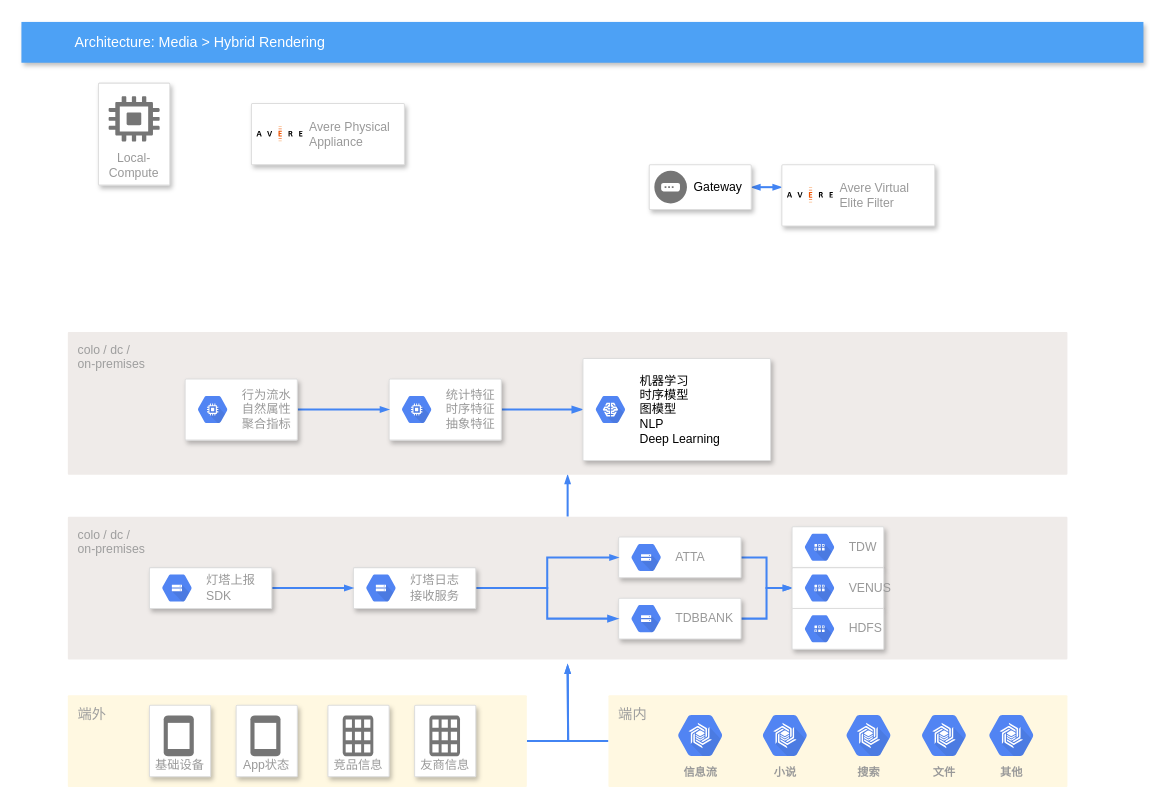
Above: engineering_Diagram.drawio in feiwsteven/cython (draw.io), before the change. Source tidied: cells renumbered, new cells numbered last; positions are measured from the earlier drawing's top-left corner, leaving out a move shared by most shapes. Both pictures are drawn from the tidied source at 102%, with x=0, y=0 at pixel (20, 21).
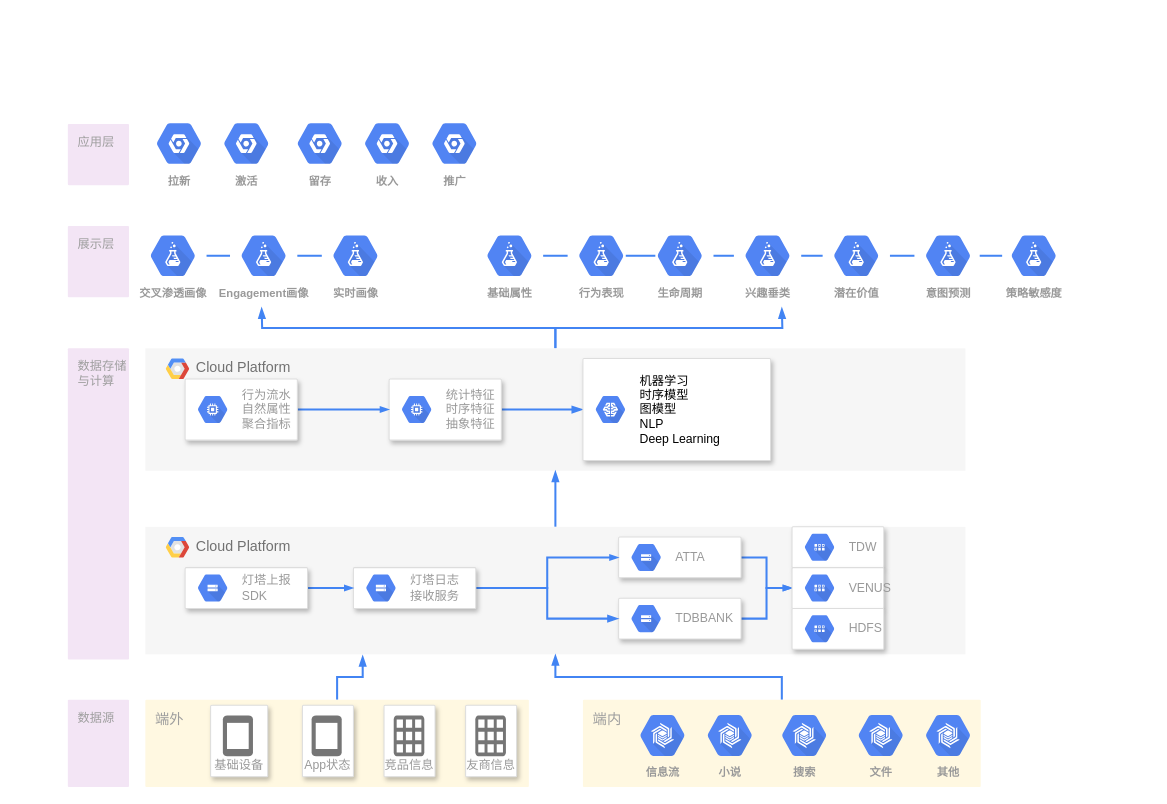
The same diagram, later.

The edit, as a diff of the source:
```diff
@@
-    <mxCell id="2" value="Architecture: Media &amp;gt; Hybrid Rendering" style="fillColor=#4DA1F5;strokeColor=none;shadow=1;gradientColor=none;fontSize=14;align=left;spacingLeft=50;fontColor=#ffffff;html=1;" parent="1" vertex="1">
-      <mxGeometry x="0.5" width="1100" height="40" as="geometry" />
-    </mxCell>
-    <mxCell id="3" value="Local-Compute" style="strokeColor=#dddddd;fillColor=#ffffff;shadow=1;strokeWidth=1;rounded=1;absoluteArcSize=1;arcSize=2;labelPosition=center;verticalLabelPosition=middle;align=center;verticalAlign=bottom;spacingLeft=0;fontColor=#999999;fontSize=12;whiteSpace=wrap;spacingBottom=2;html=1;" parent="1" vertex="1">
-      <mxGeometry x="76" y="60" width="70" height="100" as="geometry" />
-    </mxCell>
-    <mxCell id="4" style="dashed=0;html=1;fillColor=#757575;strokeColor=none;shape=mxgraph.gcp2.compute_engine_icon;" parent="3" vertex="1">
-      <mxGeometry x="0.5" width="50" height="44.5" relative="1" as="geometry">
-        <mxPoint x="-25" y="12.8" as="offset" />
-      </mxGeometry>
-    </mxCell>
-    <mxCell id="5" style="strokeColor=#dddddd;fillColor=#ffffff;shadow=1;strokeWidth=1;rounded=1;absoluteArcSize=1;arcSize=2;fontSize=17;fontColor=#000000;align=right;html=1;" parent="1" vertex="1">
-      <mxGeometry x="226" y="80" width="150" height="60" as="geometry" />
-    </mxCell>
-    <mxCell id="6" value="Avere Physical&#10;Appliance" style="dashed=0;html=1;fillColor=#5184F3;strokeColor=none;shape=mxgraph.gcp2.avere;labelPosition=right;verticalLabelPosition=middle;align=left;verticalAlign=middle;spacingLeft=5;fontColor=#999999;fontSize=12;" parent="5" vertex="1">
-      <mxGeometry width="45" height="14.85" relative="1" as="geometry">
-        <mxPoint x="5" y="22.1" as="offset" />
-      </mxGeometry>
-    </mxCell>
-    <mxCell id="7" style="edgeStyle=elbowEdgeStyle;rounded=0;elbow=vertical;html=1;startArrow=blockThin;startFill=1;endArrow=blockThin;endFill=1;jettySize=auto;strokeWidth=2;fontSize=10;fontColor=#999999;dashed=0;strokeColor=#4284F3;labelBackgroundColor=none;endSize=4;startSize=4;" parent="1" edge="1" source="8" target="10">
-      <mxGeometry relative="1" as="geometry" />
-    </mxCell>
-    <mxCell id="8" style="strokeColor=#dddddd;fillColor=#ffffff;shadow=1;strokeWidth=1;rounded=1;absoluteArcSize=1;arcSize=2;fontSize=17;fontColor=#000000;align=right;html=1;" parent="1" vertex="1">
-      <mxGeometry x="616" y="140" width="100" height="44" as="geometry" />
-    </mxCell>
-    <mxCell id="9" value="Gateway" style="dashed=0;html=1;fillColor=#757575;strokeColor=none;shape=mxgraph.gcp2.gateway;labelPosition=right;verticalLabelPosition=middle;align=left;verticalAlign=middle;spacingLeft=5;fontColor=#000000;fontSize=12;" parent="8" vertex="1">
-      <mxGeometry y="0.5" width="32" height="32" relative="1" as="geometry">
-        <mxPoint x="5" y="-16" as="offset" />
-      </mxGeometry>
-    </mxCell>
-    <mxCell id="10" style="strokeColor=#dddddd;fillColor=#ffffff;shadow=1;strokeWidth=1;rounded=1;absoluteArcSize=1;arcSize=2;fontSize=17;fontColor=#000000;align=right;html=1;" parent="1" vertex="1">
-      <mxGeometry x="746" y="140" width="150" height="60" as="geometry" />
-    </mxCell>
-    <mxCell id="11" value="Avere Virtual&lt;br&gt;Elite Filter&lt;br&gt;" style="dashed=0;html=1;fillColor=#5184F3;strokeColor=none;shape=mxgraph.gcp2.avere;labelPosition=right;verticalLabelPosition=middle;align=left;verticalAlign=middle;spacingLeft=5;fontColor=#999999;fontSize=12;" parent="10" vertex="1">
-      <mxGeometry width="45" height="14.85" relative="1" as="geometry">
-        <mxPoint x="5" y="22.1" as="offset" />
-      </mxGeometry>
-    </mxCell>
-    <mxCell id="12" style="edgeStyle=orthogonalEdgeStyle;rounded=0;jettySize=auto;html=1;fontSize=14;endArrow=blockThin;endFill=1;startSize=4;endSize=4;strokeColor=#4284F3;strokeWidth=2;" parent="1" edge="1" source="13">
-      <mxGeometry relative="1" as="geometry">
-        <mxPoint x="536" y="630" as="targetPoint" />
-      </mxGeometry>
-    </mxCell>
+    <mxCell id="59" style="edgeStyle=orthogonalEdgeStyle;rounded=0;jettySize=auto;html=1;fontSize=14;endArrow=blockThin;endFill=1;strokeColor=#4284F3;strokeWidth=2;" parent="1" edge="1" source="61">
+      <mxGeometry relative="1" as="geometry">
+        <mxPoint x="236" y="280" as="targetPoint" />
+      </mxGeometry>
+    </mxCell>
+    <mxCell id="60" style="edgeStyle=orthogonalEdgeStyle;rounded=0;jettySize=auto;html=1;fontSize=14;endArrow=blockThin;endFill=1;strokeColor=#4284F3;strokeWidth=2;" parent="1" edge="1" source="61">
+      <mxGeometry relative="1" as="geometry">
+        <mxPoint x="746" y="280" as="targetPoint" />
+      </mxGeometry>
+    </mxCell>
+    <mxCell id="61" value="Cloud Platform" style="fillColor=#F6F6F6;strokeColor=none;shadow=0;gradientColor=none;fontSize=14;align=left;spacing=10;fontColor=#717171;9E9E9E;verticalAlign=top;spacingTop=-4;fontStyle=0;spacingLeft=40;html=1;" parent="1" vertex="1">
+      <mxGeometry x="122" y="320" width="804" height="120" as="geometry" />
+    </mxCell>
+    <mxCell id="62" style="shape=mxgraph.gcp2.google_cloud_platform;fillColor=#F6F6F6;strokeColor=none;shadow=0;gradientColor=none;fontSize=14;" parent="61" vertex="1">
+      <mxGeometry width="23" height="20" relative="1" as="geometry">
+        <mxPoint x="20" y="10" as="offset" />
+      </mxGeometry>
+    </mxCell>
+    <mxCell id="63" style="edgeStyle=orthogonalEdgeStyle;rounded=0;jettySize=auto;html=1;fontSize=14;endArrow=blockThin;endFill=1;strokeColor=#4284F3;strokeWidth=2;" parent="1" edge="1" source="64" target="61">
+      <mxGeometry relative="1" as="geometry" />
+    </mxCell>
+    <mxCell id="64" value="Cloud Platform" style="fillColor=#F6F6F6;strokeColor=none;shadow=0;gradientColor=none;fontSize=14;align=left;spacing=10;fontColor=#717171;9E9E9E;verticalAlign=top;spacingTop=-4;fontStyle=0;spacingLeft=40;html=1;" parent="1" vertex="1">
+      <mxGeometry x="122" y="495" width="804" height="125" as="geometry" />
+    </mxCell>
+    <mxCell id="65" style="shape=mxgraph.gcp2.google_cloud_platform;fillColor=#F6F6F6;strokeColor=none;shadow=0;gradientColor=none;fontSize=14;" parent="64" vertex="1">
+      <mxGeometry width="23" height="20" relative="1" as="geometry">
+        <mxPoint x="20" y="10" as="offset" />
+      </mxGeometry>
+    </mxCell>
+    <mxCell id="66" style="edgeStyle=orthogonalEdgeStyle;rounded=0;jettySize=auto;html=1;entryX=0.265;entryY=1.008;entryDx=0;entryDy=0;entryPerimeter=0;fontSize=14;endArrow=blockThin;endFill=1;strokeColor=#4284F3;strokeWidth=2;" parent="1" edge="1" source="13" target="64">
+      <mxGeometry relative="1" as="geometry" />
+    </mxCell>
     <mxCell id="13" value="&lt;font style=&quot;font-size: 14px&quot;&gt;端外&lt;/font&gt;" style="sketch=0;points=[[0,0,0],[0.25,0,0],[0.5,0,0],[0.75,0,0],[1,0,0],[1,0.25,0],[1,0.5,0],[1,0.75,0],[1,1,0],[0.75,1,0],[0.5,1,0],[0.25,1,0],[0,1,0],[0,0.75,0],[0,0.5,0],[0,0.25,0]];rounded=1;absoluteArcSize=1;arcSize=2;html=1;strokeColor=none;gradientColor=none;shadow=0;dashed=0;fontSize=12;fontColor=#9E9E9E;align=left;verticalAlign=top;spacing=10;spacingTop=-4;fillColor=#FFF8E1;" parent="1" vertex="1">
-      <mxGeometry x="46" y="660" width="450" height="90" as="geometry" />
+      <mxGeometry x="122" y="664.5" width="376" height="85.5" as="geometry" />
     </mxCell>
     <mxCell id="14" value="基础设备" style="strokeColor=#dddddd;shadow=1;strokeWidth=1;rounded=1;absoluteArcSize=1;arcSize=2;labelPosition=center;verticalLabelPosition=middle;align=center;verticalAlign=bottom;spacingLeft=0;fontColor=#999999;fontSize=12;whiteSpace=wrap;spacingBottom=2;" parent="1" vertex="1">
-      <mxGeometry x="126" y="670" width="60" height="70" as="geometry" />
+      <mxGeometry x="186" y="670" width="56" height="70" as="geometry" />
     </mxCell>
@@
     <mxCell id="16" value="App状态" style="strokeColor=#dddddd;shadow=1;strokeWidth=1;rounded=1;absoluteArcSize=1;arcSize=2;labelPosition=center;verticalLabelPosition=middle;align=center;verticalAlign=bottom;spacingLeft=0;fontColor=#999999;fontSize=12;whiteSpace=wrap;spacingBottom=2;" parent="1" vertex="1">
-      <mxGeometry x="211" y="670" width="60" height="70" as="geometry" />
+      <mxGeometry x="276" y="670" width="50" height="70" as="geometry" />
     </mxCell>
@@
     <mxCell id="18" value="竞品信息" style="strokeColor=#dddddd;shadow=1;strokeWidth=1;rounded=1;absoluteArcSize=1;arcSize=2;labelPosition=center;verticalLabelPosition=middle;align=center;verticalAlign=bottom;spacingLeft=0;fontColor=#999999;fontSize=12;whiteSpace=wrap;spacingBottom=2;" parent="1" vertex="1">
-      <mxGeometry x="301" y="670" width="60" height="70" as="geometry" />
+      <mxGeometry x="356" y="670" width="50" height="70" as="geometry" />
     </mxCell>
@@
     <mxCell id="20" value="友商信息" style="strokeColor=#dddddd;shadow=1;strokeWidth=1;rounded=1;absoluteArcSize=1;arcSize=2;labelPosition=center;verticalLabelPosition=middle;align=center;verticalAlign=bottom;spacingLeft=0;fontColor=#999999;fontSize=12;whiteSpace=wrap;spacingBottom=2;" parent="1" vertex="1">
-      <mxGeometry x="386" y="670" width="60" height="70" as="geometry" />
+      <mxGeometry x="436" y="670" width="50" height="70" as="geometry" />
     </mxCell>
@@
-    <mxCell id="22" style="edgeStyle=orthogonalEdgeStyle;rounded=0;jettySize=auto;html=1;fontSize=14;endArrow=blockThin;endFill=1;startSize=4;endSize=4;strokeColor=#4284F3;strokeWidth=2;" parent="1" edge="1" source="23">
-      <mxGeometry relative="1" as="geometry">
-        <mxPoint x="536" y="630" as="targetPoint" />
-      </mxGeometry>
-    </mxCell>
+    <mxCell id="67" style="edgeStyle=orthogonalEdgeStyle;rounded=0;jettySize=auto;html=1;fontSize=14;endArrow=blockThin;endFill=1;strokeColor=#4284F3;strokeWidth=2;" parent="1" edge="1" source="23" target="64">
+      <mxGeometry relative="1" as="geometry" />
+    </mxCell>
     <mxCell id="23" value="&lt;font style=&quot;font-size: 14px&quot;&gt;端内&lt;/font&gt;" style="sketch=0;points=[[0,0,0],[0.25,0,0],[0.5,0,0],[0.75,0,0],[1,0,0],[1,0.25,0],[1,0.5,0],[1,0.75,0],[1,1,0],[0.75,1,0],[0.5,1,0],[0.25,1,0],[0,1,0],[0,0.75,0],[0,0.5,0],[0,0.25,0]];rounded=1;absoluteArcSize=1;arcSize=2;html=1;strokeColor=none;gradientColor=none;shadow=0;dashed=0;fontSize=12;fontColor=#9E9E9E;align=left;verticalAlign=top;spacing=10;spacingTop=-4;fillColor=#FFF8E1;" parent="1" vertex="1">
-      <mxGeometry x="576" y="660" width="450" height="90" as="geometry" />
+      <mxGeometry x="551" y="664.5" width="390" height="85.5" as="geometry" />
     </mxCell>
     <mxCell id="24" value="信息流" style="sketch=0;html=1;fillColor=#5184F3;strokeColor=none;verticalAlign=top;labelPosition=center;verticalLabelPosition=bottom;align=center;spacingTop=-6;fontSize=11;fontStyle=1;fontColor=#999999;shape=mxgraph.gcp2.hexIcon;prIcon=cloud_bigtable;" parent="1" vertex="1">
-      <mxGeometry x="633" y="670" width="66" height="59" as="geometry" />
+      <mxGeometry x="596" y="670" width="66" height="59" as="geometry" />
     </mxCell>
     <mxCell id="25" value="小说" style="sketch=0;html=1;fillColor=#5184F3;strokeColor=none;verticalAlign=top;labelPosition=center;verticalLabelPosition=bottom;align=center;spacingTop=-6;fontSize=11;fontStyle=1;fontColor=#999999;shape=mxgraph.gcp2.hexIcon;prIcon=cloud_bigtable;" parent="1" vertex="1">
-      <mxGeometry x="716" y="670" width="66" height="59" as="geometry" />
+      <mxGeometry x="662" y="670" width="66" height="59" as="geometry" />
     </mxCell>
     <mxCell id="26" value="搜索" style="sketch=0;html=1;fillColor=#5184F3;strokeColor=none;verticalAlign=top;labelPosition=center;verticalLabelPosition=bottom;align=center;spacingTop=-6;fontSize=11;fontStyle=1;fontColor=#999999;shape=mxgraph.gcp2.hexIcon;prIcon=cloud_bigtable;" parent="1" vertex="1">
-      <mxGeometry x="798" y="670" width="66" height="59" as="geometry" />
+      <mxGeometry x="735" y="670" width="66" height="59" as="geometry" />
     </mxCell>
     <mxCell id="27" value="文件" style="sketch=0;html=1;fillColor=#5184F3;strokeColor=none;verticalAlign=top;labelPosition=center;verticalLabelPosition=bottom;align=center;spacingTop=-6;fontSize=11;fontStyle=1;fontColor=#999999;shape=mxgraph.gcp2.hexIcon;prIcon=cloud_bigtable;" parent="1" vertex="1">
-      <mxGeometry x="872" y="670" width="66" height="59" as="geometry" />
+      <mxGeometry x="810" y="670" width="66" height="59" as="geometry" />
     </mxCell>
     <mxCell id="28" value="其他" style="sketch=0;html=1;fillColor=#5184F3;strokeColor=none;verticalAlign=top;labelPosition=center;verticalLabelPosition=bottom;align=center;spacingTop=-6;fontSize=11;fontStyle=1;fontColor=#999999;shape=mxgraph.gcp2.hexIcon;prIcon=cloud_bigtable;" parent="1" vertex="1">
-      <mxGeometry x="938" y="670" width="66" height="59" as="geometry" />
+      <mxGeometry x="876" y="670" width="66" height="59" as="geometry" />
     </mxCell>
-    <mxCell id="29" style="edgeStyle=orthogonalEdgeStyle;rounded=0;jettySize=auto;html=1;fontSize=14;endArrow=blockThin;endFill=1;startSize=4;endSize=4;strokeColor=#4284F3;strokeWidth=2;" parent="1" edge="1" source="30" target="50">
-      <mxGeometry relative="1" as="geometry" />
-    </mxCell>
-    <mxCell id="30" value="colo / dc /&#10;on-premises" style="sketch=0;points=[[0,0,0],[0.25,0,0],[0.5,0,0],[0.75,0,0],[1,0,0],[1,0.25,0],[1,0.5,0],[1,0.75,0],[1,1,0],[0.75,1,0],[0.5,1,0],[0.25,1,0],[0,1,0],[0,0.75,0],[0,0.5,0],[0,0.25,0]];rounded=1;absoluteArcSize=1;arcSize=2;html=1;strokeColor=none;gradientColor=none;shadow=0;dashed=0;fontSize=12;fontColor=#9E9E9E;align=left;verticalAlign=top;spacing=10;spacingTop=-4;fillColor=#EFEBE9;" parent="1" vertex="1">
-      <mxGeometry x="46" y="485" width="980" height="140" as="geometry" />
-    </mxCell>
@@
     <mxCell id="48" style="strokeColor=#dddddd;fillColor=#ffffff;shadow=1;strokeWidth=1;rounded=1;absoluteArcSize=1;arcSize=2;fontSize=17;fontColor=#000000;align=right;html=1;" parent="1" vertex="1">
-      <mxGeometry x="126" y="535" width="120" height="40" as="geometry" />
+      <mxGeometry x="161" y="535" width="120" height="40" as="geometry" />
     </mxCell>
@@
-    <mxCell id="50" value="colo / dc /&#10;on-premises" style="sketch=0;points=[[0,0,0],[0.25,0,0],[0.5,0,0],[0.75,0,0],[1,0,0],[1,0.25,0],[1,0.5,0],[1,0.75,0],[1,1,0],[0.75,1,0],[0.5,1,0],[0.25,1,0],[0,1,0],[0,0.75,0],[0,0.5,0],[0,0.25,0]];rounded=1;absoluteArcSize=1;arcSize=2;html=1;strokeColor=none;gradientColor=none;shadow=0;dashed=0;fontSize=12;fontColor=#9E9E9E;align=left;verticalAlign=top;spacing=10;spacingTop=-4;fillColor=#EFEBE9;" parent="1" vertex="1">
-      <mxGeometry x="46" y="304" width="980" height="140" as="geometry" />
-    </mxCell>
@@
+    <mxCell id="68" style="edgeStyle=orthogonalEdgeStyle;rounded=0;jettySize=auto;html=1;fontSize=14;endArrow=none;endFill=0;strokeColor=#4284F3;strokeWidth=2;" parent="1" edge="1" source="69" target="71">
+      <mxGeometry relative="1" as="geometry" />
+    </mxCell>
+    <mxCell id="69" value="交叉渗透画像" style="sketch=0;html=1;fillColor=#5184F3;strokeColor=none;verticalAlign=top;labelPosition=center;verticalLabelPosition=bottom;align=center;spacingTop=-6;fontSize=11;fontStyle=1;fontColor=#999999;shape=mxgraph.gcp2.hexIcon;prIcon=cloud_datalab;" parent="1" vertex="1">
+      <mxGeometry x="116" y="200" width="66" height="58.5" as="geometry" />
+    </mxCell>
+    <mxCell id="70" style="edgeStyle=orthogonalEdgeStyle;rounded=0;jettySize=auto;html=1;fontSize=14;endArrow=none;endFill=0;strokeColor=#4284F3;strokeWidth=2;" parent="1" edge="1" source="71" target="72">
+      <mxGeometry relative="1" as="geometry" />
+    </mxCell>
+    <mxCell id="71" value="Engagement画像" style="sketch=0;html=1;fillColor=#5184F3;strokeColor=none;verticalAlign=top;labelPosition=center;verticalLabelPosition=bottom;align=center;spacingTop=-6;fontSize=11;fontStyle=1;fontColor=#999999;shape=mxgraph.gcp2.hexIcon;prIcon=cloud_datalab;" parent="1" vertex="1">
+      <mxGeometry x="205" y="200" width="66" height="58.5" as="geometry" />
+    </mxCell>
+    <mxCell id="72" value="实时画像" style="sketch=0;html=1;fillColor=#5184F3;strokeColor=none;verticalAlign=top;labelPosition=center;verticalLabelPosition=bottom;align=center;spacingTop=-6;fontSize=11;fontStyle=1;fontColor=#999999;shape=mxgraph.gcp2.hexIcon;prIcon=cloud_datalab;" parent="1" vertex="1">
+      <mxGeometry x="295" y="200" width="66" height="58.5" as="geometry" />
+    </mxCell>
+    <mxCell id="73" value="数据存储&lt;br&gt;与计算" style="sketch=0;rounded=1;absoluteArcSize=1;arcSize=2;html=1;strokeColor=none;gradientColor=none;shadow=0;dashed=0;fontSize=12;fontColor=#9E9E9E;align=left;verticalAlign=top;spacing=10;spacingTop=-4;fillColor=#F3E5F5;" parent="1" vertex="1">
+      <mxGeometry x="46" y="320" width="60" height="305" as="geometry" />
+    </mxCell>
+    <mxCell id="74" style="edgeStyle=orthogonalEdgeStyle;rounded=0;jettySize=auto;html=1;fontSize=14;endArrow=none;endFill=0;strokeColor=#4284F3;strokeWidth=2;" parent="1" edge="1" source="75" target="77">
+      <mxGeometry relative="1" as="geometry" />
+    </mxCell>
+    <mxCell id="75" value="基础属性" style="sketch=0;html=1;fillColor=#5184F3;strokeColor=none;verticalAlign=top;labelPosition=center;verticalLabelPosition=bottom;align=center;spacingTop=-6;fontSize=11;fontStyle=1;fontColor=#999999;shape=mxgraph.gcp2.hexIcon;prIcon=cloud_datalab;" parent="1" vertex="1">
+      <mxGeometry x="446" y="200" width="66" height="58.5" as="geometry" />
+    </mxCell>
+    <mxCell id="76" style="edgeStyle=orthogonalEdgeStyle;rounded=0;jettySize=auto;html=1;fontSize=14;endArrow=none;endFill=0;strokeColor=#4284F3;strokeWidth=2;" parent="1" edge="1" source="77" target="79">
+      <mxGeometry relative="1" as="geometry" />
+    </mxCell>
+    <mxCell id="77" value="行为表现" style="sketch=0;html=1;fillColor=#5184F3;strokeColor=none;verticalAlign=top;labelPosition=center;verticalLabelPosition=bottom;align=center;spacingTop=-6;fontSize=11;fontStyle=1;fontColor=#999999;shape=mxgraph.gcp2.hexIcon;prIcon=cloud_datalab;" parent="1" vertex="1">
+      <mxGeometry x="536" y="200" width="66" height="58.5" as="geometry" />
+    </mxCell>
+    <mxCell id="78" style="edgeStyle=orthogonalEdgeStyle;rounded=0;jettySize=auto;html=1;fontSize=14;endArrow=none;endFill=0;strokeColor=#4284F3;strokeWidth=2;" parent="1" edge="1" source="79" target="80">
+      <mxGeometry relative="1" as="geometry" />
+    </mxCell>
+    <mxCell id="79" value="生命周期" style="sketch=0;html=1;fillColor=#5184F3;strokeColor=none;verticalAlign=top;labelPosition=center;verticalLabelPosition=bottom;align=center;spacingTop=-6;fontSize=11;fontStyle=1;fontColor=#999999;shape=mxgraph.gcp2.hexIcon;prIcon=cloud_datalab;" parent="1" vertex="1">
+      <mxGeometry x="613" y="200" width="66" height="58.5" as="geometry" />
+    </mxCell>
+    <mxCell id="80" value="兴趣垂类" style="sketch=0;html=1;fillColor=#5184F3;strokeColor=none;verticalAlign=top;labelPosition=center;verticalLabelPosition=bottom;align=center;spacingTop=-6;fontSize=11;fontStyle=1;fontColor=#999999;shape=mxgraph.gcp2.hexIcon;prIcon=cloud_datalab;" parent="1" vertex="1">
+      <mxGeometry x="699" y="200" width="66" height="58.5" as="geometry" />
+    </mxCell>
+    <mxCell id="81" style="edgeStyle=orthogonalEdgeStyle;rounded=0;jettySize=auto;html=1;fontSize=14;endArrow=none;endFill=0;strokeColor=#4284F3;strokeWidth=2;" parent="1" edge="1" source="82" target="84">
+      <mxGeometry relative="1" as="geometry" />
+    </mxCell>
+    <mxCell id="82" value="意图预测" style="sketch=0;html=1;fillColor=#5184F3;strokeColor=none;verticalAlign=top;labelPosition=center;verticalLabelPosition=bottom;align=center;spacingTop=-6;fontSize=11;fontStyle=1;fontColor=#999999;shape=mxgraph.gcp2.hexIcon;prIcon=cloud_datalab;" parent="1" vertex="1">
+      <mxGeometry x="876" y="200" width="66" height="58.5" as="geometry" />
+    </mxCell>
+    <mxCell id="83" style="edgeStyle=orthogonalEdgeStyle;rounded=0;jettySize=auto;html=1;fontSize=14;endArrow=none;endFill=0;strokeColor=#4284F3;strokeWidth=2;" parent="1" edge="1" source="84" target="80">
+      <mxGeometry relative="1" as="geometry" />
+    </mxCell>
+    <mxCell id="84" value="潜在价值" style="sketch=0;html=1;fillColor=#5184F3;strokeColor=none;verticalAlign=top;labelPosition=center;verticalLabelPosition=bottom;align=center;spacingTop=-6;fontSize=11;fontStyle=1;fontColor=#999999;shape=mxgraph.gcp2.hexIcon;prIcon=cloud_datalab;" parent="1" vertex="1">
+      <mxGeometry x="786" y="200" width="66" height="58.5" as="geometry" />
+    </mxCell>
+    <mxCell id="85" style="edgeStyle=orthogonalEdgeStyle;rounded=0;jettySize=auto;html=1;fontSize=14;endArrow=none;endFill=0;strokeColor=#4284F3;strokeWidth=2;" parent="1" edge="1" source="86" target="82">
+      <mxGeometry relative="1" as="geometry" />
+    </mxCell>
+    <mxCell id="86" value="策略敏感度" style="sketch=0;html=1;fillColor=#5184F3;strokeColor=none;verticalAlign=top;labelPosition=center;verticalLabelPosition=bottom;align=center;spacingTop=-6;fontSize=11;fontStyle=1;fontColor=#999999;shape=mxgraph.gcp2.hexIcon;prIcon=cloud_datalab;" parent="1" vertex="1">
+      <mxGeometry x="960" y="200" width="66" height="58.5" as="geometry" />
+    </mxCell>
+    <mxCell id="87" value="展示层" style="sketch=0;rounded=1;absoluteArcSize=1;arcSize=2;html=1;strokeColor=none;gradientColor=none;shadow=0;dashed=0;fontSize=12;fontColor=#9E9E9E;align=left;verticalAlign=top;spacing=10;spacingTop=-4;fillColor=#F3E5F5;" parent="1" vertex="1">
+      <mxGeometry x="46" y="200" width="60" height="70" as="geometry" />
+    </mxCell>
+    <mxCell id="88" value="数据源" style="sketch=0;rounded=1;absoluteArcSize=1;arcSize=2;html=1;strokeColor=none;gradientColor=none;shadow=0;dashed=0;fontSize=12;fontColor=#9E9E9E;align=left;verticalAlign=top;spacing=10;spacingTop=-4;fillColor=#F3E5F5;" parent="1" vertex="1">
+      <mxGeometry x="46" y="664.5" width="60" height="85.5" as="geometry" />
+    </mxCell>
+    <mxCell id="89" value="应用层" style="sketch=0;rounded=1;absoluteArcSize=1;arcSize=2;html=1;strokeColor=none;gradientColor=none;shadow=0;dashed=0;fontSize=12;fontColor=#9E9E9E;align=left;verticalAlign=top;spacing=10;spacingTop=-4;fillColor=#F3E5F5;" parent="1" vertex="1">
+      <mxGeometry x="46" y="100" width="60" height="60" as="geometry" />
+    </mxCell>
+    <mxCell id="90" value="拉新" style="sketch=0;html=1;fillColor=#5184F3;strokeColor=none;verticalAlign=top;labelPosition=center;verticalLabelPosition=bottom;align=center;spacingTop=-6;fontSize=11;fontStyle=1;fontColor=#999999;shape=mxgraph.gcp2.hexIcon;prIcon=placeholder;" parent="1" vertex="1">
+      <mxGeometry x="122" y="90" width="66" height="58.5" as="geometry" />
+    </mxCell>
+    <mxCell id="91" value="激活" style="sketch=0;html=1;fillColor=#5184F3;strokeColor=none;verticalAlign=top;labelPosition=center;verticalLabelPosition=bottom;align=center;spacingTop=-6;fontSize=11;fontStyle=1;fontColor=#999999;shape=mxgraph.gcp2.hexIcon;prIcon=placeholder;" parent="1" vertex="1">
+      <mxGeometry x="188" y="90" width="66" height="58.5" as="geometry" />
+    </mxCell>
+    <mxCell id="92" value="留存" style="sketch=0;html=1;fillColor=#5184F3;strokeColor=none;verticalAlign=top;labelPosition=center;verticalLabelPosition=bottom;align=center;spacingTop=-6;fontSize=11;fontStyle=1;fontColor=#999999;shape=mxgraph.gcp2.hexIcon;prIcon=placeholder;" parent="1" vertex="1">
+      <mxGeometry x="260" y="90" width="66" height="58.5" as="geometry" />
+    </mxCell>
+    <mxCell id="93" value="推广" style="sketch=0;html=1;fillColor=#5184F3;strokeColor=none;verticalAlign=top;labelPosition=center;verticalLabelPosition=bottom;align=center;spacingTop=-6;fontSize=11;fontStyle=1;fontColor=#999999;shape=mxgraph.gcp2.hexIcon;prIcon=placeholder;" parent="1" vertex="1">
+      <mxGeometry x="392" y="90" width="66" height="58.5" as="geometry" />
+    </mxCell>
+    <mxCell id="94" value="收入" style="sketch=0;html=1;fillColor=#5184F3;strokeColor=none;verticalAlign=top;labelPosition=center;verticalLabelPosition=bottom;align=center;spacingTop=-6;fontSize=11;fontStyle=1;fontColor=#999999;shape=mxgraph.gcp2.hexIcon;prIcon=placeholder;" parent="1" vertex="1">
+      <mxGeometry x="326" y="90" width="66" height="58.5" as="geometry" />
+    </mxCell>
```
